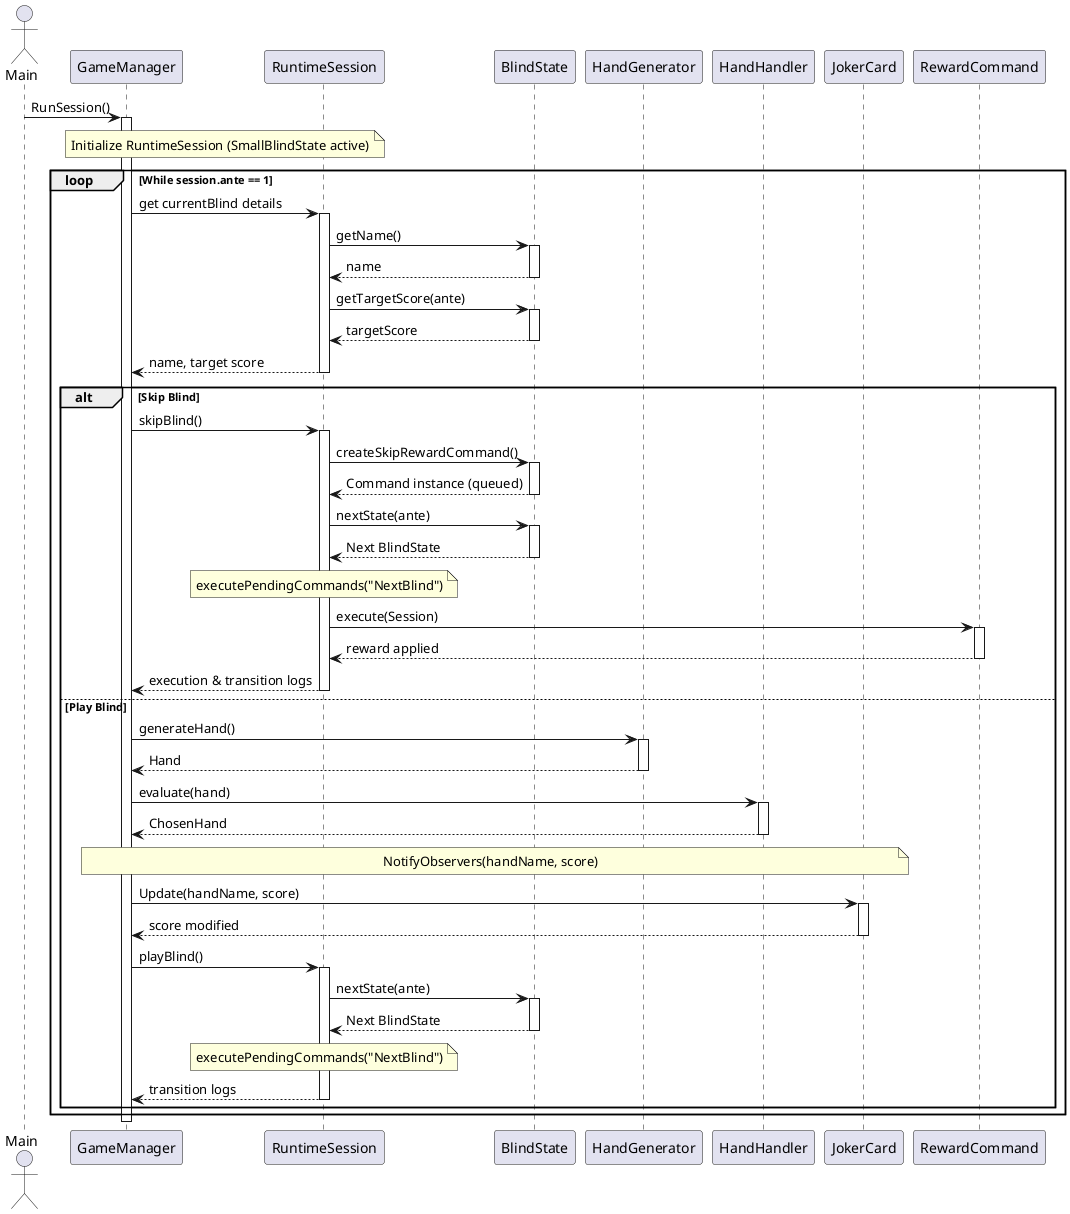
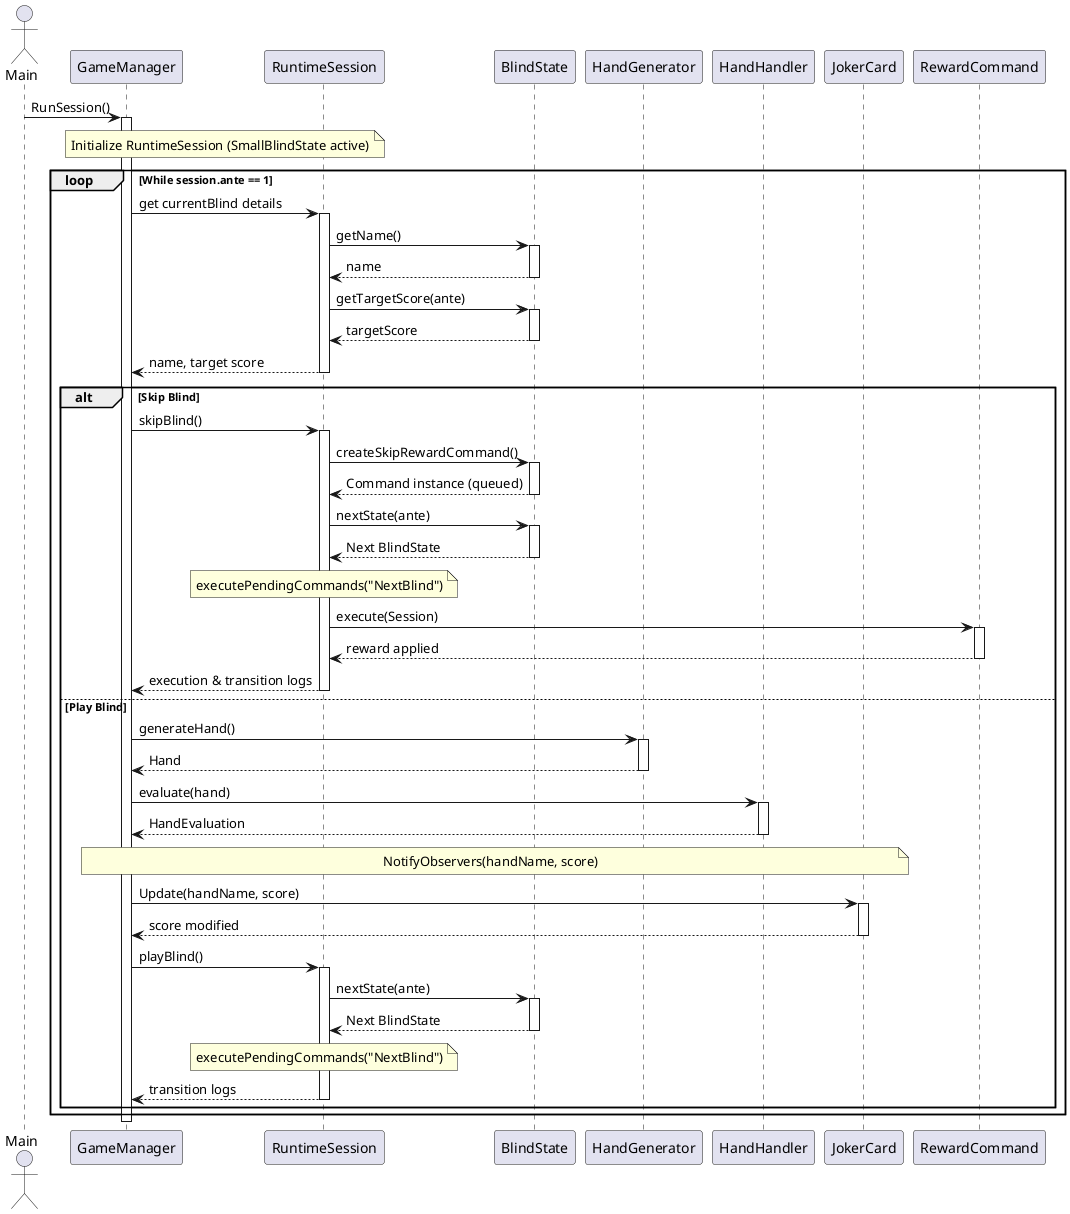
@startuml Poker Hand Evaluator - Sequence Diagram

actor Main
participant "GameManager" as GM
participant "RuntimeSession" as Session
participant "BlindState" as Blind
participant "HandGenerator" as HG
participant "HandHandler" as HH
participant "JokerCard" as Joker
participant "RewardCommand" as Cmd

Main -> GM: RunSession()
activate GM

Note over GM, Session: Initialize RuntimeSession (SmallBlindState active)

loop While session.ante == 1
    GM -> Session: get currentBlind details
    activate Session
    Session -> Blind: getName()
    activate Blind
    Blind --> Session: name
    deactivate Blind
    Session -> Blind: getTargetScore(ante)
    activate Blind
    Blind --> Session: targetScore
    deactivate Blind
    Session --> GM: name, target score
    deactivate Session

    alt Skip Blind
        GM -> Session: skipBlind()
        activate Session
        Session -> Blind: createSkipRewardCommand()
        activate Blind
        Blind --> Session: Command instance (queued)
        deactivate Blind
        Session -> Blind: nextState(ante)
        activate Blind
        Blind --> Session: Next BlindState
        deactivate Blind
        Note over Session: executePendingCommands("NextBlind")
        Session -> Cmd: execute(Session)
        activate Cmd
        Cmd --> Session: reward applied
        deactivate Cmd
        Session --> GM: execution & transition logs
        deactivate Session
    else Play Blind
        GM -> HG: generateHand()
        activate HG
        HG --> GM: Hand
        deactivate HG

        GM -> HH: evaluate(hand)
        activate HH
-         HH --> GM: ChosenHand
+         HH --> GM: HandEvaluation
        deactivate HH

        Note over GM, Joker: NotifyObservers(handName, score)
        GM -> Joker: Update(handName, score)
        activate Joker
        Joker --> GM: score modified
        deactivate Joker

        GM -> Session: playBlind()
        activate Session
        Session -> Blind: nextState(ante)
        activate Blind
        Blind --> Session: Next BlindState
        deactivate Blind
        Note over Session: executePendingCommands("NextBlind")
        Session --> GM: transition logs
        deactivate Session
    end
end

deactivate GM

@enduml
